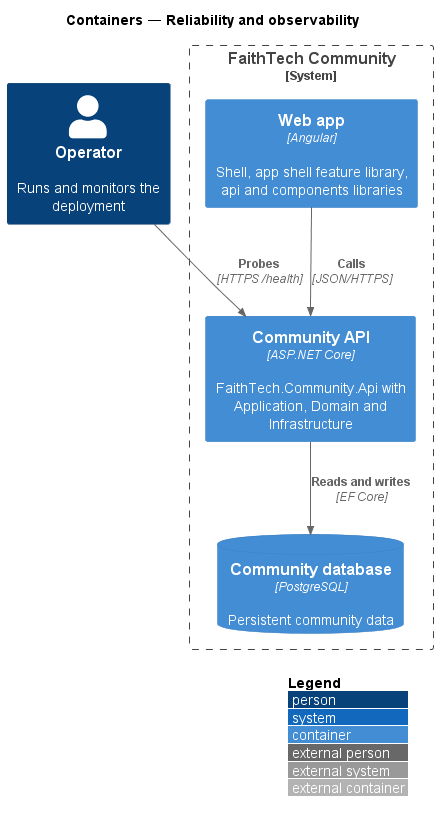
Above: docs/detailed-designs/platform/reliability-and-observability/diagrams/c4-container.png in QuinntyneBrown/faithtech-community (PlantUML), before the change. Source of this version:
```plantuml
@startuml
!include <C4/C4_Container>
LAYOUT_WITH_LEGEND()
title Containers — Reliability and observability
Person(ops, "Operator", "Runs and monitors the deployment")
System_Boundary(ftc, "FaithTech Community") {
  Container(web, "Web app", "Angular", "Shell, app shell feature library, api and components libraries")
  Container(api, "Community API", "ASP.NET Core", "FaithTech.Community.Api with Application, Domain and Infrastructure")
  ContainerDb(db, "Community database", "PostgreSQL", "Persistent community data")
}
Rel(ops, api, "Probes", "HTTPS /health")
Rel(web, api, "Calls", "JSON/HTTPS")
Rel(api, db, "Reads and writes", "EF Core")
@enduml
```
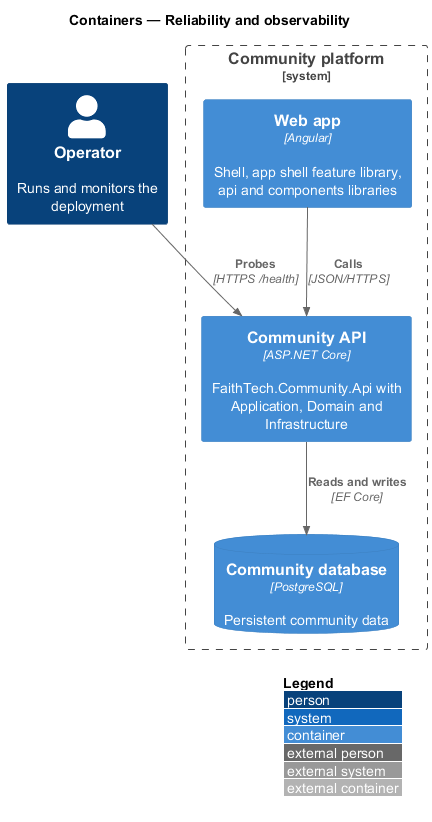
After the change.

Change to the diagram source:
```diff
@@ -3,7 +3,7 @@
 LAYOUT_WITH_LEGEND()
 title Containers — Reliability and observability
 Person(ops, "Operator", "Runs and monitors the deployment")
-System_Boundary(ftc, "FaithTech Community") {
+System_Boundary(ftc, "Community platform") {
   Container(web, "Web app", "Angular", "Shell, app shell feature library, api and components libraries")
   Container(api, "Community API", "ASP.NET Core", "FaithTech.Community.Api with Application, Domain and Infrastructure")
   ContainerDb(db, "Community database", "PostgreSQL", "Persistent community data")
```
